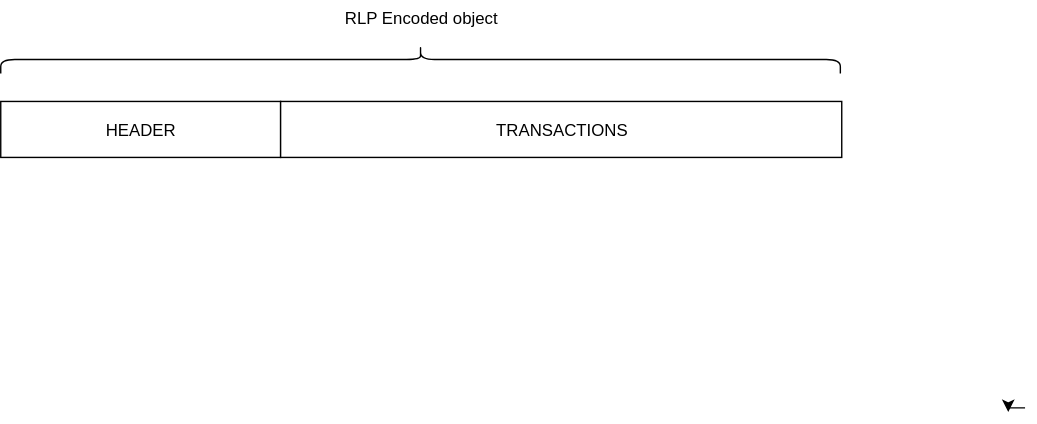
BANKEX/plasma-research keeps this draw.io diagram as docs/assets/block.svg. Above is the earlier version. Source tidied: cells renumbered, new cells last; positions are measured from the earlier drawing's top-left corner, leaving out a move shared by most shapes. Source of this version:
```xml
<mxGraphModel background="#ffffff">
  <root>
    <mxCell id="0" />
    <mxCell id="1" parent="0" />
    <mxCell id="2" value="HEADER" style="rounded=0;whiteSpace=wrap;html=1;fontSize=12;" parent="1" vertex="1">
      <mxGeometry y="72" width="200" height="40" as="geometry" />
    </mxCell>
    <mxCell id="3" value="TRANSACTIONS" style="rounded=0;whiteSpace=wrap;html=1;fontSize=12;" parent="1" vertex="1">
      <mxGeometry x="200" y="72" width="401" height="40" as="geometry" />
    </mxCell>
    <mxCell id="4" style="edgeStyle=orthogonalEdgeStyle;rounded=0;html=1;exitX=0.5;exitY=0;entryX=0.62;entryY=0.016;entryPerimeter=0;jettySize=auto;orthogonalLoop=1;fontSize=12;" parent="1" edge="1">
      <mxGeometry relative="1" as="geometry">
        <mxPoint x="732" y="291" as="sourcePoint" />
        <mxPoint x="720" y="294" as="targetPoint" />
      </mxGeometry>
    </mxCell>
    <mxCell id="5" style="shape=curlyBracket;whiteSpace=wrap;html=1;rounded=1;fontSize=12;direction=south;" parent="1" vertex="1">
      <mxGeometry y="32" width="600" height="20" as="geometry" />
    </mxCell>
    <mxCell id="6" value="RLP Encoded object" style="text;html=1;strokeColor=none;fillColor=none;align=center;verticalAlign=middle;whiteSpace=wrap;rounded=0;fontSize=12;" parent="1" vertex="1">
      <mxGeometry x="240" width="120" height="24" as="geometry" />
    </mxCell>
  </root>
</mxGraphModel>
```
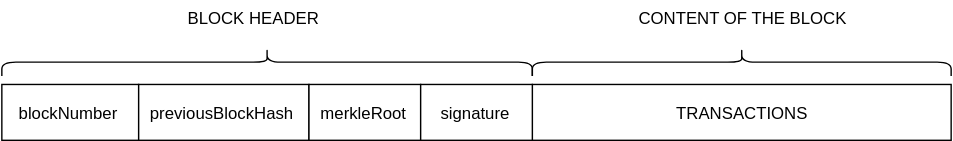
The same file after the commit.

Commit message:
update block overview image

Diff of the diagram source:
```diff
@@ -2,23 +2,35 @@
   <root>
     <mxCell id="0" />
     <mxCell id="1" parent="0" />
-    <mxCell id="2" value="HEADER" style="rounded=0;whiteSpace=wrap;html=1;fontSize=12;" parent="1" vertex="1">
-      <mxGeometry y="72" width="200" height="40" as="geometry" />
-    </mxCell>
     <mxCell id="3" value="TRANSACTIONS" style="rounded=0;whiteSpace=wrap;html=1;fontSize=12;" parent="1" vertex="1">
-      <mxGeometry x="200" y="72" width="401" height="40" as="geometry" />
+      <mxGeometry x="340" y="-188" width="300" height="40" as="geometry" />
     </mxCell>
-    <mxCell id="4" style="edgeStyle=orthogonalEdgeStyle;rounded=0;html=1;exitX=0.5;exitY=0;entryX=0.62;entryY=0.016;entryPerimeter=0;jettySize=auto;orthogonalLoop=1;fontSize=12;" parent="1" edge="1">
-      <mxGeometry relative="1" as="geometry">
-        <mxPoint x="732" y="291" as="sourcePoint" />
-        <mxPoint x="720" y="294" as="targetPoint" />
-      </mxGeometry>
-    </mxCell>
     <mxCell id="5" style="shape=curlyBracket;whiteSpace=wrap;html=1;rounded=1;fontSize=12;direction=south;" parent="1" vertex="1">
-      <mxGeometry y="32" width="600" height="20" as="geometry" />
+      <mxGeometry x="-40" y="-214" width="380" height="20" as="geometry" />
     </mxCell>
-    <mxCell id="6" value="RLP Encoded object" style="text;html=1;strokeColor=none;fillColor=none;align=center;verticalAlign=middle;whiteSpace=wrap;rounded=0;fontSize=12;" parent="1" vertex="1">
-      <mxGeometry x="240" width="120" height="24" as="geometry" />
+    <mxCell id="6" value="BLOCK HEADER" style="text;html=1;strokeColor=none;fillColor=none;align=center;verticalAlign=middle;whiteSpace=wrap;rounded=0;fontSize=12;" parent="1" vertex="1">
+      <mxGeometry x="80" y="-248" width="120" height="24" as="geometry" />
     </mxCell>
+    <mxCell id="7" value="&lt;span style=&quot;font-size: 12px&quot;&gt;blockNumber&amp;nbsp;&lt;/span&gt;&lt;br style=&quot;font-size: 12px&quot;&gt;" style="rounded=0;whiteSpace=wrap;html=1;fontSize=12;" parent="1" vertex="1">
+      <mxGeometry x="-40" y="-188" width="98" height="40" as="geometry" />
+    </mxCell>
+    <mxCell id="8" value="&lt;span style=&quot;font-size: 12px&quot;&gt;previousBlockHash&amp;nbsp;&lt;/span&gt;&lt;br style=&quot;font-size: 12px&quot;&gt;" style="rounded=0;whiteSpace=wrap;html=1;fontSize=12;" parent="1" vertex="1">
+      <mxGeometry x="58" y="-188" width="122" height="40" as="geometry" />
+    </mxCell>
+    <mxCell id="9" value="&lt;span style=&quot;font-size: 12px;&quot;&gt;merkleRoot&amp;nbsp;&lt;/span&gt;&lt;br style=&quot;font-size: 12px;&quot;&gt;" style="rounded=0;whiteSpace=wrap;html=1;fontSize=12;" parent="1" vertex="1">
+      <mxGeometry x="180" y="-188" width="80" height="40" as="geometry" />
+    </mxCell>
+    <mxCell id="10" value="&lt;span style=&quot;font-size: 12px;&quot;&gt;signature&amp;nbsp;&lt;/span&gt;&lt;br style=&quot;font-size: 12px;&quot;&gt;" style="rounded=0;whiteSpace=wrap;html=1;fontSize=12;" parent="1" vertex="1">
+      <mxGeometry x="260" y="-188" width="80" height="40" as="geometry" />
+    </mxCell>
+    <mxCell id="11" style="shape=curlyBracket;whiteSpace=wrap;html=1;rounded=1;fontSize=12;direction=south;" parent="1" vertex="1">
+      <mxGeometry x="340" y="-214" width="300" height="20" as="geometry" />
+    </mxCell>
+    <mxCell id="12" value="CONTENT OF THE BLOCK" style="text;html=1;strokeColor=none;fillColor=none;align=center;verticalAlign=middle;whiteSpace=wrap;rounded=0;fontSize=12;" parent="1" vertex="1">
+      <mxGeometry x="405" y="-248" width="170" height="24" as="geometry" />
+    </mxCell>
+    <mxCell id="13" style="edgeStyle=orthogonalEdgeStyle;rounded=0;html=1;exitX=0.5;exitY=1;jettySize=auto;orthogonalLoop=1;fontSize=12;" parent="1" edge="1" source="12" target="12">
+      <mxGeometry relative="1" as="geometry" />
+    </mxCell>
   </root>
 </mxGraphModel>
```
